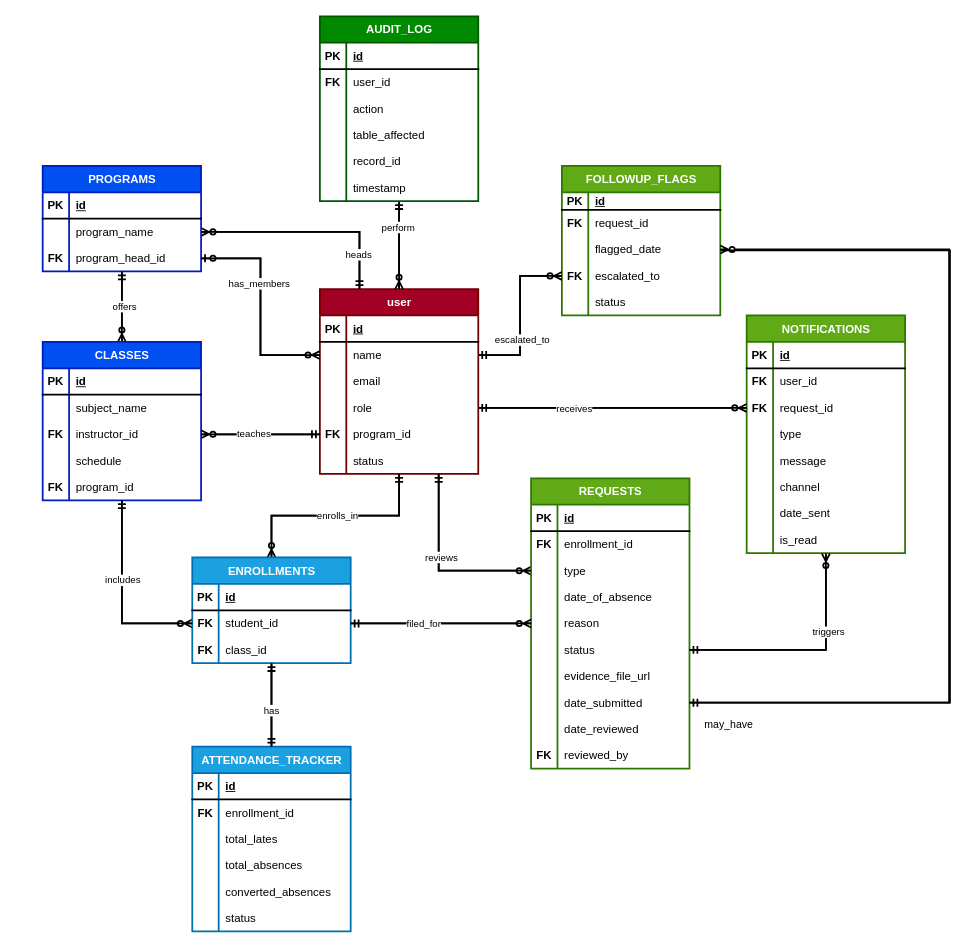
Before: backend/ERD.drawio in maki-sushi-distro/Absenteeism-Late-Report-and-Excuse-Letter-Management-Process-ALRM, a draw.io diagram. Source tidied: cells renumbered, new cells numbered last; positions are measured from the earlier drawing's top-left corner, leaving out a move shared by most shapes. Both pictures are drawn from the tidied source at 88%, with x=0, y=0 at pixel (42, 16).
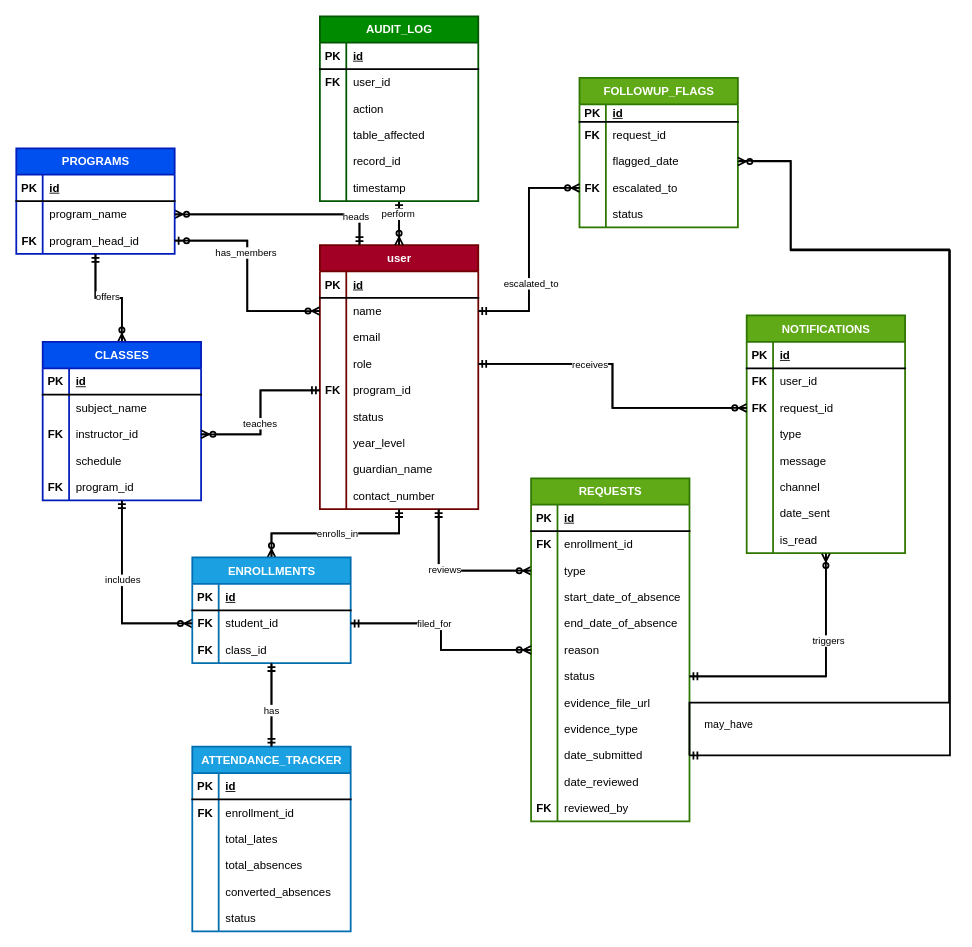
The same diagram, later.

Commit message (it also covers changes not shown here):
added the refactor of ERD and added the controller of instructor and programhead controller

The change refers to these unchanged cells:
```xml
<mxCell id="99" style="shape=tableRow;horizontal=0;startSize=0;swimlaneHead=0;swimlaneBody=0;fillColor=none;top=0;left=0;right=0;bottom=0;fontSize=13;verticalAlign=middle;strokeWidth=2;" parent="89" vertex="1">
  <mxGeometry y="120" width="180" height="30" as="geometry" />
</mxCell>
<mxCell id="127" style="shape=tableRow;horizontal=0;startSize=0;swimlaneHead=0;swimlaneBody=0;fillColor=none;points=[[0,0.5],[1,0.5]];portConstraint=eastwest;top=0;left=0;right=0;bottom=0;fontSize=13;verticalAlign=middle;strokeWidth=2;" parent="120" vertex="1">
  <mxGeometry y="80" width="180" height="30" as="geometry" />
</mxCell>
```

What changed in the source:
```diff
@@
     <mxCell id="6" value="user" style="shape=table;startSize=30;childLayout=tableLayout;rowLines=0;fontStyle=1;align=center;html=1;fillColor=#a20025;fontColor=#ffffff;strokeColor=#6F0000;fontSize=13;verticalAlign=middle;strokeWidth=2;" parent="1" vertex="1">
-      <mxGeometry x="315" y="310" width="180" height="210" as="geometry" />
+      <mxGeometry x="315" y="260" width="180" height="300" as="geometry" />
     </mxCell>
@@
+    <mxCell id="209" style="shape=tableRow;horizontal=0;startSize=0;swimlaneHead=0;swimlaneBody=0;fillColor=none;top=0;left=0;right=0;bottom=0;fontSize=13;verticalAlign=middle;strokeWidth=2;" parent="6" vertex="1">
+      <mxGeometry y="180" width="180" height="30" as="geometry" />
+    </mxCell>
+    <mxCell id="210" style="shape=partialRectangle;fillColor=none;top=0;left=0;bottom=0;right=0;overflow=hidden;whiteSpace=wrap;html=1;fontSize=13;verticalAlign=middle;strokeWidth=2;" parent="209" vertex="1">
+      <mxGeometry width="30" height="30" as="geometry" />
+    </mxCell>
+    <mxCell id="211" value="status" style="shape=partialRectangle;fillColor=none;top=0;left=0;bottom=0;right=0;align=left;spacingLeft=6;overflow=hidden;whiteSpace=wrap;html=1;fontSize=13;verticalAlign=middle;strokeWidth=2;" parent="209" vertex="1">
+      <mxGeometry x="30" width="150" height="30" as="geometry" />
+    </mxCell>
+    <mxCell id="212" style="shape=tableRow;horizontal=0;startSize=0;swimlaneHead=0;swimlaneBody=0;fillColor=none;top=0;left=0;right=0;bottom=0;fontSize=13;verticalAlign=middle;strokeWidth=2;" parent="6" vertex="1">
+      <mxGeometry y="210" width="180" height="30" as="geometry" />
+    </mxCell>
+    <mxCell id="213" style="shape=partialRectangle;fillColor=none;top=0;left=0;bottom=0;right=0;overflow=hidden;whiteSpace=wrap;html=1;fontSize=13;verticalAlign=middle;strokeWidth=2;" parent="212" vertex="1">
+      <mxGeometry width="30" height="30" as="geometry" />
+    </mxCell>
+    <mxCell id="214" value="year_level" style="shape=partialRectangle;fillColor=none;top=0;left=0;bottom=0;right=0;align=left;spacingLeft=6;overflow=hidden;whiteSpace=wrap;html=1;fontSize=13;verticalAlign=middle;strokeWidth=2;" parent="212" vertex="1">
+      <mxGeometry x="30" width="150" height="30" as="geometry" />
+    </mxCell>
+    <mxCell id="215" style="shape=tableRow;horizontal=0;startSize=0;swimlaneHead=0;swimlaneBody=0;fillColor=none;top=0;left=0;right=0;bottom=0;fontSize=13;verticalAlign=middle;strokeWidth=2;" parent="6" vertex="1">
+      <mxGeometry y="240" width="180" height="30" as="geometry" />
+    </mxCell>
+    <mxCell id="216" style="shape=partialRectangle;fillColor=none;top=0;left=0;bottom=0;right=0;overflow=hidden;whiteSpace=wrap;html=1;fontSize=13;verticalAlign=middle;strokeWidth=2;" parent="215" vertex="1">
+      <mxGeometry width="30" height="30" as="geometry" />
+    </mxCell>
+    <mxCell id="217" value="guardian_name" style="shape=partialRectangle;fillColor=none;top=0;left=0;bottom=0;right=0;align=left;spacingLeft=6;overflow=hidden;whiteSpace=wrap;html=1;fontSize=13;verticalAlign=middle;strokeWidth=2;" parent="215" vertex="1">
+      <mxGeometry x="30" width="150" height="30" as="geometry" />
+    </mxCell>
     <mxCell id="22" style="shape=tableRow;horizontal=0;startSize=0;swimlaneHead=0;swimlaneBody=0;fillColor=none;top=0;left=0;right=0;bottom=0;fontSize=13;verticalAlign=middle;strokeWidth=2;" parent="6" vertex="1">
-      <mxGeometry y="180" width="180" height="30" as="geometry" />
+      <mxGeometry y="270" width="180" height="30" as="geometry" />
     </mxCell>
@@
-    <mxCell id="24" value="status" style="shape=partialRectangle;fillColor=none;top=0;left=0;bottom=0;right=0;align=left;spacingLeft=6;overflow=hidden;whiteSpace=wrap;html=1;fontSize=13;verticalAlign=middle;strokeWidth=2;" parent="22" vertex="1">
+    <mxCell id="24" value="contact_number" style="shape=partialRectangle;fillColor=none;top=0;left=0;bottom=0;right=0;align=left;spacingLeft=6;overflow=hidden;whiteSpace=wrap;html=1;fontSize=13;verticalAlign=middle;strokeWidth=2;" parent="22" vertex="1">
       <mxGeometry x="30" width="150" height="30" as="geometry" />
     </mxCell>
@@
     <mxCell id="47" value="PROGRAMS" style="shape=table;startSize=30;childLayout=tableLayout;rowLines=0;fontStyle=1;align=center;html=1;fillColor=#0050ef;fontColor=#ffffff;strokeColor=#001DBC;fontSize=13;verticalAlign=middle;strokeWidth=2;" parent="1" vertex="1">
-      <mxGeometry y="170" width="180" height="120" as="geometry" />
+      <mxGeometry x="-30" y="150" width="180" height="120" as="geometry" />
     </mxCell>
@@
     <mxCell id="89" value="REQUESTS" style="shape=table;startSize=30;childLayout=tableLayout;rowLines=0;fontStyle=1;align=center;html=1;fillColor=#60a917;fontColor=#ffffff;strokeColor=#2D7600;fontSize=13;verticalAlign=middle;strokeWidth=2;" parent="1" vertex="1">
-      <mxGeometry x="555" y="525" width="180" height="330" as="geometry" />
+      <mxGeometry x="555" y="525" width="180" height="390" as="geometry" />
     </mxCell>
@@
-    <mxCell id="101" value="&lt;div&gt;date_of_absence&lt;/div&gt;" style="shape=partialRectangle;fillColor=none;top=0;left=0;bottom=0;right=0;align=left;spacingLeft=6;overflow=hidden;whiteSpace=wrap;html=1;fontSize=13;verticalAlign=middle;strokeWidth=2;" parent="99" vertex="1">
+    <mxCell id="101" value="&lt;div&gt;start_date_of_absence&lt;/div&gt;" style="shape=partialRectangle;fillColor=none;top=0;left=0;bottom=0;right=0;align=left;spacingLeft=6;overflow=hidden;whiteSpace=wrap;html=1;fontSize=13;verticalAlign=middle;strokeWidth=2;" parent="99" vertex="1">
       <mxGeometry x="30" width="150" height="30" as="geometry" />
     </mxCell>
+    <mxCell id="218" style="shape=tableRow;horizontal=0;startSize=0;swimlaneHead=0;swimlaneBody=0;fillColor=none;top=0;left=0;right=0;bottom=0;fontSize=13;verticalAlign=middle;strokeWidth=2;" parent="89" vertex="1">
+      <mxGeometry y="150" width="180" height="30" as="geometry" />
+    </mxCell>
+    <mxCell id="219" style="shape=partialRectangle;fillColor=none;top=0;left=0;bottom=0;right=0;overflow=hidden;whiteSpace=wrap;html=1;fontSize=13;verticalAlign=middle;strokeWidth=2;" parent="218" vertex="1">
+      <mxGeometry width="30" height="30" as="geometry" />
+    </mxCell>
+    <mxCell id="220" value="&lt;div&gt;end_date_of_absence&lt;/div&gt;" style="shape=partialRectangle;fillColor=none;top=0;left=0;bottom=0;right=0;align=left;spacingLeft=6;overflow=hidden;whiteSpace=wrap;html=1;fontSize=13;verticalAlign=middle;strokeWidth=2;" parent="218" vertex="1">
+      <mxGeometry x="30" width="150" height="30" as="geometry" />
+    </mxCell>
     <mxCell id="102" style="shape=tableRow;horizontal=0;startSize=0;swimlaneHead=0;swimlaneBody=0;fillColor=none;points=[[0,0.5],[1,0.5]];portConstraint=eastwest;top=0;left=0;right=0;bottom=0;fontSize=13;verticalAlign=middle;strokeWidth=2;" parent="89" vertex="1">
-      <mxGeometry y="150" width="180" height="30" as="geometry" />
+      <mxGeometry y="180" width="180" height="30" as="geometry" />
     </mxCell>
@@
     <mxCell id="105" style="shape=tableRow;horizontal=0;startSize=0;swimlaneHead=0;swimlaneBody=0;fillColor=none;points=[[0,0.5],[1,0.5]];portConstraint=eastwest;top=0;left=0;right=0;bottom=0;fontSize=13;verticalAlign=middle;strokeWidth=2;" parent="89" vertex="1">
-      <mxGeometry y="180" width="180" height="30" as="geometry" />
+      <mxGeometry y="210" width="180" height="30" as="geometry" />
     </mxCell>
@@
+    <mxCell id="221" style="shape=tableRow;horizontal=0;startSize=0;swimlaneHead=0;swimlaneBody=0;fillColor=none;top=0;left=0;right=0;bottom=0;fontSize=13;verticalAlign=middle;strokeWidth=2;" parent="89" vertex="1">
+      <mxGeometry y="240" width="180" height="30" as="geometry" />
+    </mxCell>
+    <mxCell id="222" style="shape=partialRectangle;fillColor=none;top=0;left=0;bottom=0;right=0;overflow=hidden;whiteSpace=wrap;html=1;fontSize=13;verticalAlign=middle;strokeWidth=2;" parent="221" vertex="1">
+      <mxGeometry width="30" height="30" as="geometry" />
+    </mxCell>
+    <mxCell id="223" value="&lt;div&gt;evidence_file_url&lt;/div&gt;" style="shape=partialRectangle;fillColor=none;top=0;left=0;bottom=0;right=0;align=left;spacingLeft=6;overflow=hidden;whiteSpace=wrap;html=1;fontSize=13;verticalAlign=middle;strokeWidth=2;" parent="221" vertex="1">
+      <mxGeometry x="30" width="150" height="30" as="geometry" />
+    </mxCell>
     <mxCell id="108" style="shape=tableRow;horizontal=0;startSize=0;swimlaneHead=0;swimlaneBody=0;fillColor=none;top=0;left=0;right=0;bottom=0;fontSize=13;verticalAlign=middle;strokeWidth=2;" parent="89" vertex="1">
-      <mxGeometry y="210" width="180" height="30" as="geometry" />
+      <mxGeometry y="270" width="180" height="30" as="geometry" />
     </mxCell>
@@
-    <mxCell id="110" value="&lt;div&gt;evidence_file_url&lt;/div&gt;" style="shape=partialRectangle;fillColor=none;top=0;left=0;bottom=0;right=0;align=left;spacingLeft=6;overflow=hidden;whiteSpace=wrap;html=1;fontSize=13;verticalAlign=middle;strokeWidth=2;" parent="108" vertex="1">
+    <mxCell id="110" value="&lt;div&gt;evidence_type&lt;/div&gt;" style="shape=partialRectangle;fillColor=none;top=0;left=0;bottom=0;right=0;align=left;spacingLeft=6;overflow=hidden;whiteSpace=wrap;html=1;fontSize=13;verticalAlign=middle;strokeWidth=2;" parent="108" vertex="1">
       <mxGeometry x="30" width="150" height="30" as="geometry" />
     </mxCell>
     <mxCell id="111" style="shape=tableRow;horizontal=0;startSize=0;swimlaneHead=0;swimlaneBody=0;fillColor=none;points=[[0,0.5],[1,0.5]];portConstraint=eastwest;top=0;left=0;right=0;bottom=0;fontSize=13;verticalAlign=middle;strokeWidth=2;" parent="89" vertex="1">
-      <mxGeometry y="240" width="180" height="30" as="geometry" />
+      <mxGeometry y="300" width="180" height="30" as="geometry" />
     </mxCell>
@@
     <mxCell id="114" style="shape=tableRow;horizontal=0;startSize=0;swimlaneHead=0;swimlaneBody=0;fillColor=none;top=0;left=0;right=0;bottom=0;fontSize=13;verticalAlign=middle;strokeWidth=2;" parent="89" vertex="1">
-      <mxGeometry y="270" width="180" height="30" as="geometry" />
+      <mxGeometry y="330" width="180" height="30" as="geometry" />
     </mxCell>
@@
     <mxCell id="117" style="shape=tableRow;horizontal=0;startSize=0;swimlaneHead=0;swimlaneBody=0;fillColor=none;top=0;left=0;right=0;bottom=0;fontSize=13;verticalAlign=middle;strokeWidth=2;" parent="89" vertex="1">
-      <mxGeometry y="300" width="180" height="30" as="geometry" />
+      <mxGeometry y="360" width="180" height="30" as="geometry" />
     </mxCell>
@@
     <mxCell id="120" value="&lt;div&gt;FOLLOWUP_FLAGS&lt;/div&gt;" style="shape=table;startSize=30;childLayout=tableLayout;rowLines=0;fontStyle=1;align=center;html=1;fillColor=#60a917;fontColor=#ffffff;strokeColor=#2D7600;fontSize=13;verticalAlign=middle;strokeWidth=2;" parent="1" vertex="1">
-      <mxGeometry x="590" y="170" width="180" height="170" as="geometry" />
+      <mxGeometry x="610" y="70" width="180" height="170" as="geometry" />
     </mxCell>
@@
     <mxCell id="206" style="edgeStyle=orthogonalEdgeStyle;rounded=0;jettySize=auto;html=1;strokeWidth=2;endArrow=ERmandOne;endFill=0;entryX=1;entryY=0.5;entryDx=0;entryDy=0;exitX=1.006;exitY=0.481;exitDx=0;exitDy=0;exitPerimeter=0;" parent="1" edge="1" source="127" target="111">
       <mxGeometry relative="1" as="geometry">
         <Array as="points">
-          <mxPoint x="771.1" y="266" />
+          <mxPoint x="850" y="164" />
+          <mxPoint x="850" y="266" />
           <mxPoint x="1031" y="266" />
-          <mxPoint x="1031" y="780" />
+          <mxPoint x="1031" y="840" />
         </Array>
       </mxGeometry>
     </mxCell>
     <mxCell id="207" style="edgeStyle=orthogonalEdgeStyle;rounded=0;jettySize=auto;html=1;strokeWidth=2;endArrow=ERzeroToMany;endFill=0;exitX=1;exitY=0.5;exitDx=0;exitDy=0;entryX=1;entryY=0.5;entryDx=0;entryDy=0;" parent="1" edge="1" source="111" target="127">
       <mxGeometry relative="1" as="geometry">
         <Array as="points">
+          <mxPoint x="735" y="780" />
           <mxPoint x="1030" y="780" />
           <mxPoint x="1030" y="265" />
+          <mxPoint x="850" y="265" />
+          <mxPoint x="850" y="165" />
         </Array>
       </mxGeometry>
     </mxCell>
```
